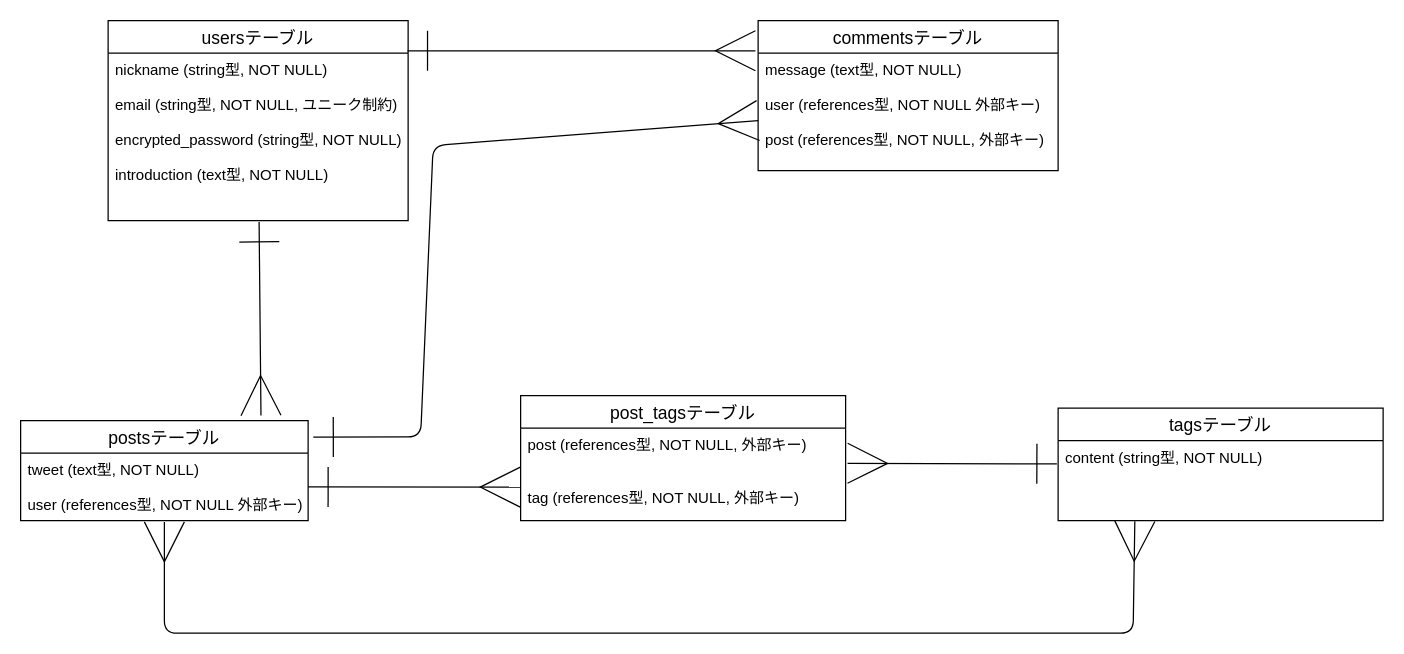
Before: repeatstudy.dio in mth3428/repeatstudy, a draw.io diagram. Source tidied: cells renumbered, new cells numbered last; positions are measured from the earlier drawing's top-left corner, leaving out a move shared by most shapes. Both pictures are drawn from the tidied source at 125%, with x=0, y=0 at pixel (20, 20).
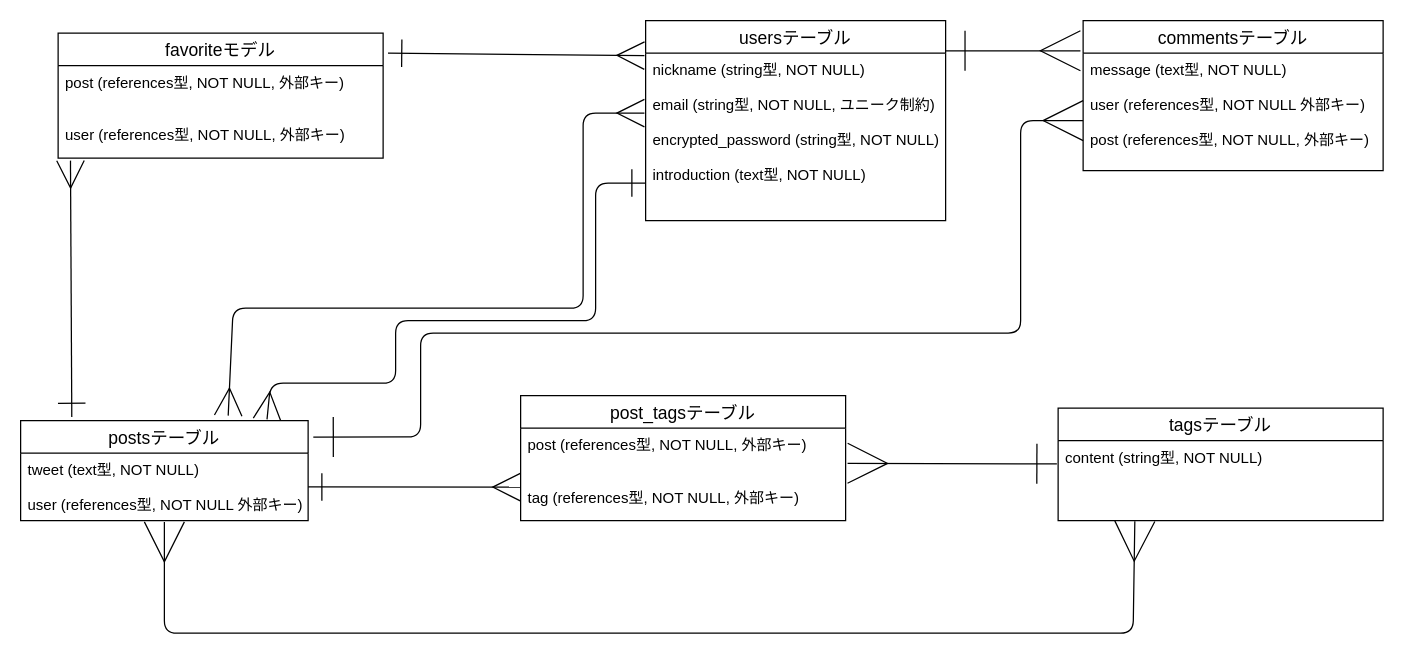
The same page after the edit.

The change refers to these unchanged cells:
```xml
<mxCell id="3" value="postsテーブル" style="swimlane;fontStyle=0;horizontal=1;startSize=26;align=center;fontSize=14;" parent="1" vertex="1">
  <mxGeometry y="320" width="230" height="80" as="geometry" />
</mxCell>
<mxCell id="4" value="tweet (text型, NOT NULL)&#10;&#10;user (references型, NOT NULL 外部キー)&#10;&#10;&#10;" style="text;strokeColor=none;fillColor=none;spacingLeft=4;spacingRight=4;overflow=hidden;points=[[0,0.5],[1,0.5]];portConstraint=eastwest;fontSize=12;" parent="3" vertex="1">
  <mxGeometry y="26" width="230" height="54" as="geometry" />
</mxCell>
<mxCell id="7" value="nickname (string型, NOT NULL)&#10;&#10;email (string型, NOT NULL, ユニーク制約)&#10;&#10;encrypted_password (string型, NOT NULL)&#10;&#10;introduction (text型, NOT NULL)&#10;" style="text;strokeColor=none;fillColor=none;spacingLeft=4;spacingRight=4;overflow=hidden;points=[[0,0.5],[1,0.5]];portConstraint=eastwest;fontSize=12;" parent="6" vertex="1">
  <mxGeometry y="26" width="240" height="134" as="geometry" />
</mxCell>
<mxCell id="9" value="message (text型, NOT NULL)&#10;&#10;user (references型, NOT NULL 外部キー)&#10;&#10;post (references型, NOT NULL, 外部キー)&#10;&#10;" style="text;strokeColor=none;fillColor=none;spacingLeft=4;spacingRight=4;overflow=hidden;points=[[0,0.5],[1,0.5]];portConstraint=eastwest;fontSize=12;" parent="8" vertex="1">
  <mxGeometry y="26" width="240" height="94" as="geometry" />
</mxCell>
<mxCell id="14" value="post (references型, NOT NULL, 外部キー)&#10;&#10;&#10;tag (references型, NOT NULL, 外部キー)" style="text;strokeColor=none;fillColor=none;spacingLeft=4;spacingRight=4;overflow=hidden;points=[[0,0.5],[1,0.5]];portConstraint=eastwest;fontSize=12;" parent="13" vertex="1">
  <mxGeometry y="26" width="260" height="74" as="geometry" />
</mxCell>
```

The edit, as a diff of the source:
```diff
@@
-    <mxCell id="5" style="edgeStyle=none;html=1;entryX=0.836;entryY=-0.051;entryDx=0;entryDy=0;entryPerimeter=0;startArrow=ERone;startFill=0;endArrow=ERmany;endFill=0;startSize=30;endSize=30;sourcePerimeterSpacing=1;strokeWidth=1;" parent="1" edge="1" source="6" target="3">
-      <mxGeometry relative="1" as="geometry" />
+    <mxCell id="5" style="edgeStyle=none;html=1;entryX=0.857;entryY=-0.012;entryDx=0;entryDy=0;entryPerimeter=0;startArrow=ERone;startFill=0;endArrow=ERmany;endFill=0;startSize=20;endSize=20;sourcePerimeterSpacing=1;strokeWidth=1;exitX=0;exitY=0.776;exitDx=0;exitDy=0;exitPerimeter=0;" parent="1" edge="1" source="7" target="3">
+      <mxGeometry relative="1" as="geometry">
+        <Array as="points">
+          <mxPoint x="460" y="130" />
+          <mxPoint x="460" y="240" />
+          <mxPoint x="300" y="240" />
+          <mxPoint x="300" y="290" />
+          <mxPoint x="200" y="290" />
+        </Array>
+      </mxGeometry>
     </mxCell>
     <mxCell id="6" value="usersテーブル" style="swimlane;fontStyle=0;horizontal=1;startSize=26;align=center;fontSize=14;" parent="1" vertex="1">
-      <mxGeometry x="70" width="240" height="160" as="geometry" />
+      <mxGeometry x="500" width="240" height="160" as="geometry" />
     </mxCell>
@@
     <mxCell id="8" value="commentsテーブル" style="swimlane;fontStyle=0;horizontal=1;startSize=26;align=center;fontSize=14;" parent="1" vertex="1">
-      <mxGeometry x="590" width="240" height="120" as="geometry" />
+      <mxGeometry x="850" width="240" height="120" as="geometry" />
     </mxCell>
@@
     <mxCell id="16" style="edgeStyle=none;html=1;startArrow=ERone;startFill=0;endArrow=ERmany;endFill=0;startSize=30;endSize=30;sourcePerimeterSpacing=1;strokeWidth=1;exitX=1.018;exitY=0.165;exitDx=0;exitDy=0;exitPerimeter=0;entryX=0;entryY=0.574;entryDx=0;entryDy=0;entryPerimeter=0;" parent="1" edge="1" source="3" target="9">
       <mxGeometry relative="1" as="geometry">
         <Array as="points">
           <mxPoint x="320" y="333" />
-          <mxPoint x="330" y="100" />
+          <mxPoint x="320" y="250" />
+          <mxPoint x="800" y="250" />
+          <mxPoint x="800" y="80" />
         </Array>
       </mxGeometry>
     </mxCell>
-    <mxCell id="17" style="edgeStyle=none;html=1;exitX=1;exitY=0.5;exitDx=0;exitDy=0;entryX=-0.001;entryY=0.638;entryDx=0;entryDy=0;entryPerimeter=0;startArrow=ERone;startFill=0;endArrow=ERmany;endFill=0;startSize=30;endSize=30;sourcePerimeterSpacing=1;strokeWidth=1;" parent="1" edge="1" source="4" target="14">
+    <mxCell id="17" style="edgeStyle=none;html=1;exitX=1;exitY=0.5;exitDx=0;exitDy=0;entryX=-0.001;entryY=0.638;entryDx=0;entryDy=0;entryPerimeter=0;startArrow=ERone;startFill=0;endArrow=ERmany;endFill=0;startSize=20;endSize=20;sourcePerimeterSpacing=1;strokeWidth=1;" parent="1" edge="1" source="4" target="14">
       <mxGeometry relative="1" as="geometry" />
     </mxCell>
+    <mxCell id="18" value="favoriteモデル" style="swimlane;fontStyle=0;horizontal=1;startSize=26;align=center;fontSize=14;" parent="1" vertex="1">
+      <mxGeometry x="30" y="10" width="260" height="100" as="geometry" />
+    </mxCell>
+    <mxCell id="19" value="post (references型, NOT NULL, 外部キー)&#10;&#10;&#10;user (references型, NOT NULL, 外部キー)" style="text;strokeColor=none;fillColor=none;spacingLeft=4;spacingRight=4;overflow=hidden;points=[[0,0.5],[1,0.5]];portConstraint=eastwest;fontSize=12;" parent="18" vertex="1">
+      <mxGeometry y="26" width="260" height="74" as="geometry" />
+    </mxCell>
+    <mxCell id="20" style="edgeStyle=none;html=1;entryX=-0.004;entryY=0.358;entryDx=0;entryDy=0;entryPerimeter=0;startArrow=ERmany;startFill=0;endArrow=ERmany;endFill=0;endSize=20;startSize=20;exitX=0.722;exitY=-0.05;exitDx=0;exitDy=0;exitPerimeter=0;" parent="1" edge="1" source="3" target="7">
+      <mxGeometry relative="1" as="geometry">
+        <Array as="points">
+          <mxPoint x="170" y="230" />
+          <mxPoint x="270" y="230" />
+          <mxPoint x="450" y="230" />
+          <mxPoint x="450" y="74" />
+        </Array>
+      </mxGeometry>
+    </mxCell>
+    <mxCell id="21" style="edgeStyle=none;html=1;exitX=0.178;exitY=-0.037;exitDx=0;exitDy=0;startArrow=ERone;startFill=0;endArrow=ERmany;endFill=0;startSize=20;endSize=20;sourcePerimeterSpacing=1;strokeWidth=1;exitPerimeter=0;entryX=0.038;entryY=1.027;entryDx=0;entryDy=0;entryPerimeter=0;" parent="1" edge="1" source="3" target="19">
+      <mxGeometry relative="1" as="geometry" />
+    </mxCell>
+    <mxCell id="22" style="edgeStyle=none;html=1;exitX=1.015;exitY=0.16;exitDx=0;exitDy=0;entryX=-0.004;entryY=0.015;entryDx=0;entryDy=0;entryPerimeter=0;startArrow=ERone;startFill=0;endArrow=ERmany;endFill=0;startSize=20;endSize=20;sourcePerimeterSpacing=1;strokeWidth=1;exitPerimeter=0;" parent="1" edge="1" source="18" target="7">
+      <mxGeometry relative="1" as="geometry" />
+    </mxCell>
```
